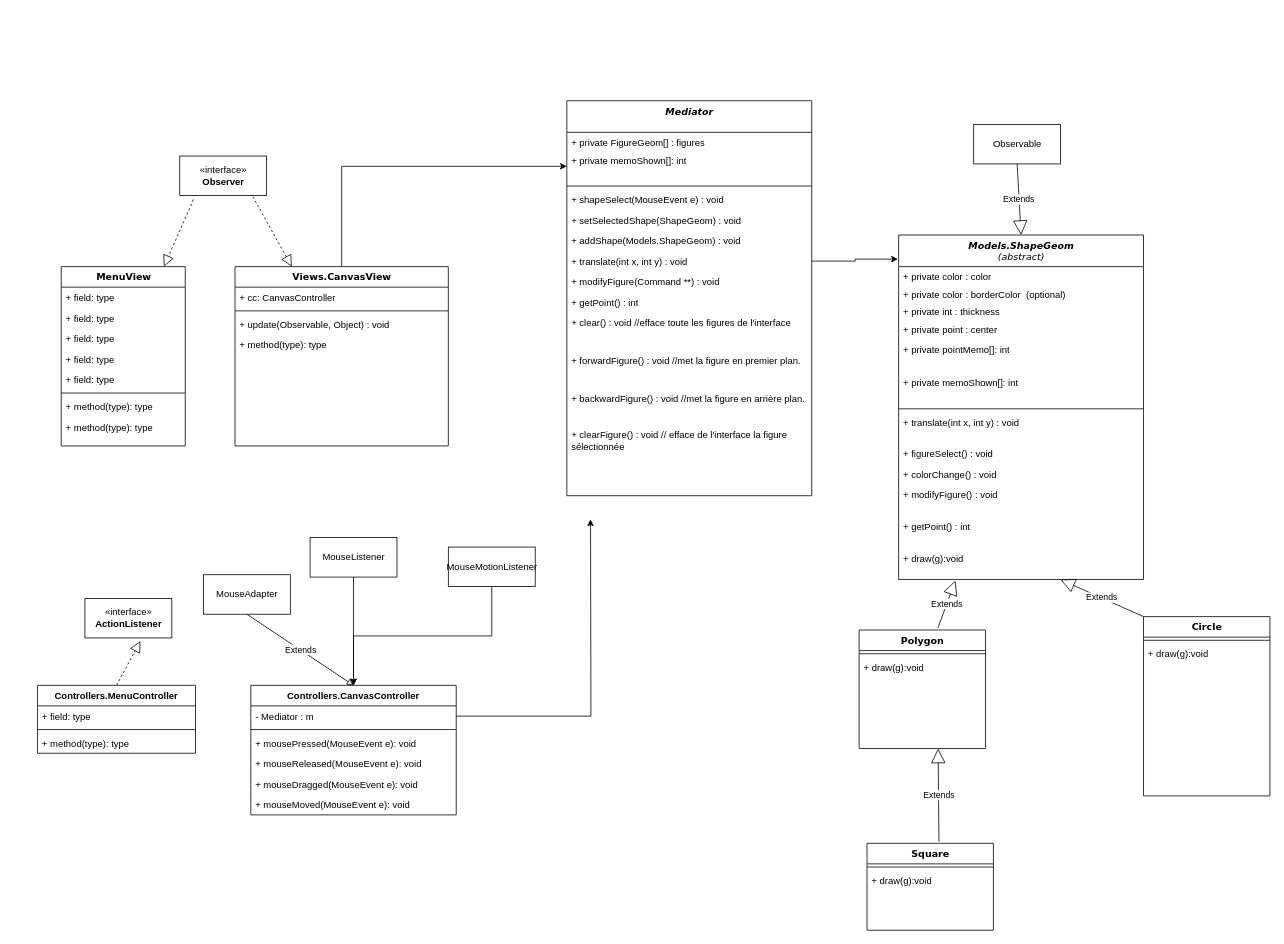
DrNossberg/GeomPaint keeps this draw.io diagram as ClassDiagram.drawio. Above is the earlier version. Source tidied: cells renumbered, new cells numbered last; positions are measured from the earlier drawing's top-left corner, leaving out a move shared by most shapes. Both pictures are drawn from the tidied source at 79%, with x=0, y=0 at pixel (37, 100).
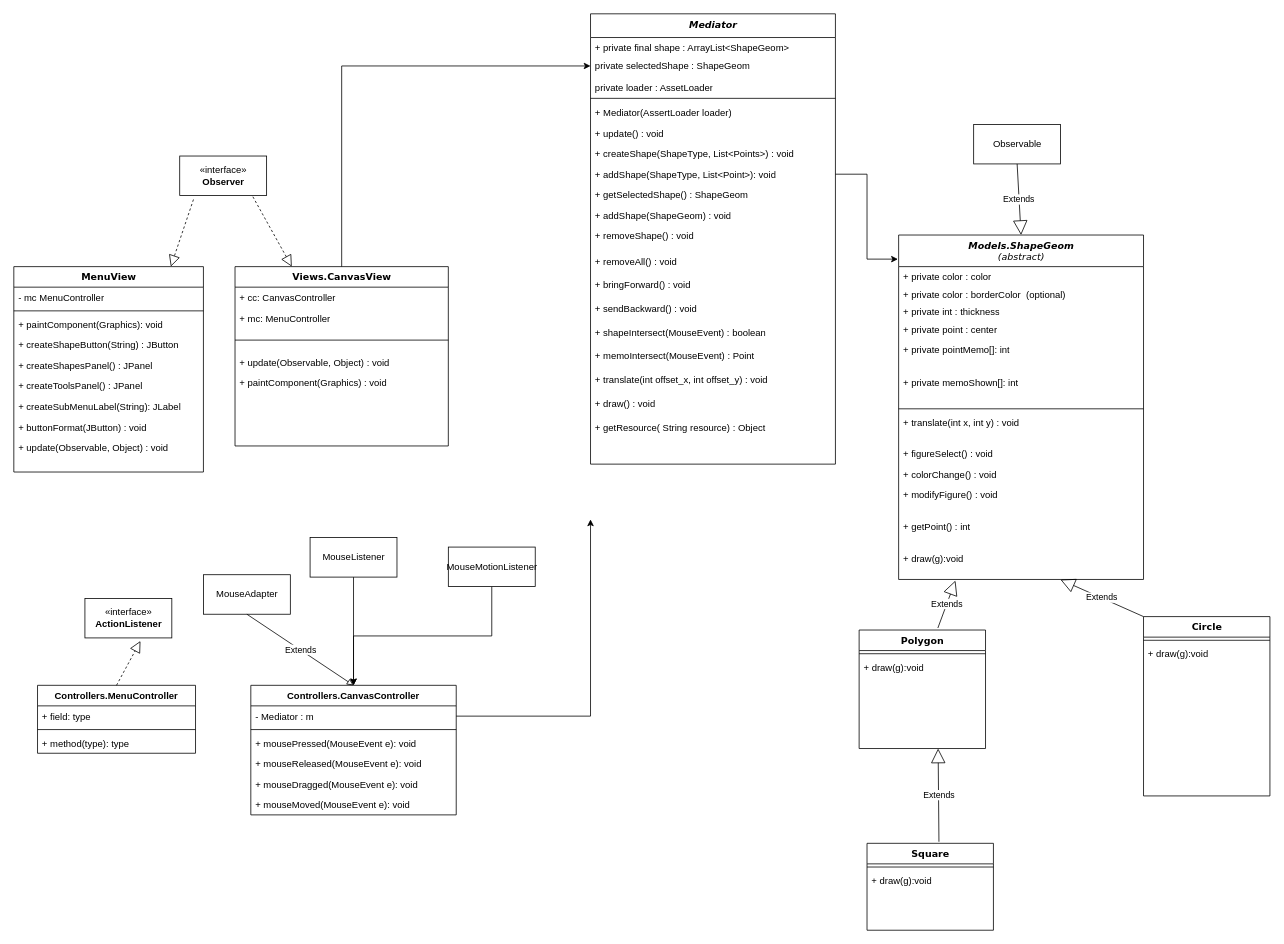
Above is the later version.

Commit message:
Update class Mediator, MenuView, CanvasView

Unchanged cells that the change refers to:
```xml
<mxCell id="22" value="Views.CanvasView" style="swimlane;html=1;fontStyle=1;align=center;verticalAlign=top;horizontal=1;startSize=26;swimlaneFillColor=#ffffff;rounded=0;shadow=0;comic=0;labelBackgroundColor=none;strokeWidth=1;fillColor=none;fontFamily=Verdana;fontSize=12;" parent="1" vertex="1">
  <mxGeometry x="250" y="210" width="270" height="227" as="geometry" />
</mxCell>
<mxCell id="63" value="- Mediator : m" style="text;strokeColor=none;fillColor=none;align=left;verticalAlign=top;spacingLeft=4;spacingRight=4;overflow=hidden;points=[[0,0.5],[1,0.5]];portConstraint=eastwest;" parent="62" vertex="1">
  <mxGeometry y="26" width="260" height="26" as="geometry" />
</mxCell>
```

What changed in the source:
```diff
@@
+    <mxCell id="83" value="+ mc: MenuController" style="text;html=1;strokeColor=none;fillColor=none;align=left;verticalAlign=top;spacingLeft=4;spacingRight=4;whiteSpace=wrap;overflow=hidden;" parent="22" vertex="1">
+      <mxGeometry y="52" width="270" height="26" as="geometry" />
+    </mxCell>
     <mxCell id="24" style="line;html=1;strokeWidth=1;fillColor=none;align=left;verticalAlign=middle;spacingTop=-1;spacingLeft=3;spacingRight=3;labelPosition=right;" parent="22" vertex="1">
-      <mxGeometry y="52" width="270" height="8" as="geometry" />
+      <mxGeometry y="78" width="270" height="30" as="geometry" />
     </mxCell>
     <mxCell id="25" value="+ update(Observable, Object) : void" style="text;html=1;strokeColor=none;fillColor=none;align=left;verticalAlign=top;spacingLeft=4;spacingRight=4;whiteSpace=wrap;overflow=hidden;" parent="22" vertex="1">
-      <mxGeometry y="60" width="270" height="26" as="geometry" />
+      <mxGeometry y="108" width="270" height="26" as="geometry" />
     </mxCell>
-    <mxCell id="26" value="+ method(type): type" style="text;html=1;strokeColor=none;fillColor=none;align=left;verticalAlign=top;spacingLeft=4;spacingRight=4;whiteSpace=wrap;overflow=hidden;" parent="22" vertex="1">
-      <mxGeometry y="86" width="270" height="26" as="geometry" />
+    <mxCell id="26" value="+ paintComponent(Graphics) : void" style="text;html=1;strokeColor=none;fillColor=none;align=left;verticalAlign=top;spacingLeft=4;spacingRight=4;whiteSpace=wrap;overflow=hidden;" parent="22" vertex="1">
+      <mxGeometry y="134" width="270" height="26" as="geometry" />
     </mxCell>
@@
+    <mxCell id="84" style="edgeStyle=orthogonalEdgeStyle;rounded=0;jettySize=auto;html=1;exitX=0.5;exitY=1;exitDx=0;exitDy=0;" parent="1" edge="1" source="31">
+      <mxGeometry relative="1" as="geometry">
+        <mxPoint x="854.7" y="460" as="targetPoint" />
+      </mxGeometry>
+    </mxCell>
-    <mxCell id="31" value="&lt;div&gt;&lt;i&gt;Mediator&lt;/i&gt;&lt;/div&gt;" style="swimlane;html=1;fontStyle=1;align=center;verticalAlign=top;horizontal=1;startSize=40;swimlaneFillColor=#ffffff;rounded=0;shadow=0;comic=0;labelBackgroundColor=none;strokeWidth=1;fillColor=none;fontFamily=Verdana;fontSize=12;" parent="1" vertex="1">
-      <mxGeometry x="670" width="310" height="500" as="geometry" />
+    <mxCell id="31" value="&lt;div&gt;&lt;i&gt;Mediator&lt;/i&gt;&lt;/div&gt;" style="swimlane;html=1;fontStyle=1;align=center;verticalAlign=top;horizontal=1;startSize=30;swimlaneFillColor=#ffffff;rounded=0;shadow=0;comic=0;labelBackgroundColor=none;strokeWidth=1;fillColor=none;fontFamily=Verdana;fontSize=12;" parent="1" vertex="1">
+      <mxGeometry x="700" y="-110" width="310" height="570" as="geometry" />
     </mxCell>
-    <mxCell id="32" value="&lt;div&gt;+ private FigureGeom[] : figures&lt;br&gt;&lt;/div&gt;&lt;div&gt;&lt;br&gt;&lt;/div&gt;" style="text;html=1;strokeColor=none;fillColor=none;align=left;verticalAlign=top;spacingLeft=4;spacingRight=4;whiteSpace=wrap;overflow=hidden;" parent="31" vertex="1">
-      <mxGeometry y="40" width="310" height="22" as="geometry" />
+    <mxCell id="32" value="&lt;div&gt;+ private final shape : ArrayList&amp;lt;ShapeGeom&amp;gt;&lt;br&gt;&lt;/div&gt;&lt;div&gt;&lt;br&gt;&lt;/div&gt;" style="text;html=1;strokeColor=none;fillColor=none;align=left;verticalAlign=top;spacingLeft=4;spacingRight=4;whiteSpace=wrap;overflow=hidden;" parent="31" vertex="1">
+      <mxGeometry y="30" width="310" height="22" as="geometry" />
     </mxCell>
-    <mxCell id="33" value="&lt;div&gt;+ private memoShown[]: int&lt;br&gt;&lt;/div&gt;&lt;div&gt;&lt;br&gt;&lt;/div&gt;" style="text;html=1;strokeColor=none;fillColor=none;align=left;verticalAlign=top;spacingLeft=4;spacingRight=4;whiteSpace=wrap;overflow=hidden;points=[[0,0.5],[1,0.5]];portConstraint=eastwest;" parent="31" vertex="1">
-      <mxGeometry y="62" width="310" height="42" as="geometry" />
+    <mxCell id="33" value="&lt;div&gt;private selectedShape : ShapeGeom&lt;/div&gt;&lt;div&gt;&lt;br&gt;&lt;/div&gt;" style="text;html=1;strokeColor=none;fillColor=none;align=left;verticalAlign=top;spacingLeft=4;spacingRight=4;whiteSpace=wrap;overflow=hidden;points=[[0,0.5],[1,0.5]];portConstraint=eastwest;" parent="31" vertex="1">
+      <mxGeometry y="52" width="310" height="28" as="geometry" />
     </mxCell>
+    <mxCell id="85" value="&lt;div&gt;private loader : AssetLoader&lt;/div&gt;" style="text;html=1;strokeColor=none;fillColor=none;align=left;verticalAlign=top;spacingLeft=4;spacingRight=4;whiteSpace=wrap;overflow=hidden;" parent="31" vertex="1">
+      <mxGeometry y="80" width="310" height="22" as="geometry" />
+    </mxCell>
     <mxCell id="34" style="line;html=1;strokeWidth=1;fillColor=none;align=left;verticalAlign=middle;spacingTop=-1;spacingLeft=3;spacingRight=3;labelPosition=right;" parent="31" vertex="1">
-      <mxGeometry y="104" width="310" height="8" as="geometry" />
+      <mxGeometry y="102" width="310" height="10" as="geometry" />
     </mxCell>
-    <mxCell id="35" value="+ shapeSelect(MouseEvent e) : void" style="text;html=1;strokeColor=none;fillColor=none;align=left;verticalAlign=top;spacingLeft=4;spacingRight=4;whiteSpace=wrap;overflow=hidden;" parent="31" vertex="1">
+    <mxCell id="35" value="+ Mediator(AssertLoader loader)" style="text;html=1;strokeColor=none;fillColor=none;align=left;verticalAlign=top;spacingLeft=4;spacingRight=4;whiteSpace=wrap;overflow=hidden;" parent="31" vertex="1">
       <mxGeometry y="112" width="310" height="26" as="geometry" />
     </mxCell>
-    <mxCell id="36" value="+ setSelectedShape(ShapeGeom) : void" style="text;html=1;strokeColor=none;fillColor=none;align=left;verticalAlign=top;spacingLeft=4;spacingRight=4;whiteSpace=wrap;overflow=hidden;" parent="31" vertex="1">
+    <mxCell id="36" value="+ update() : void" style="text;html=1;strokeColor=none;fillColor=none;align=left;verticalAlign=top;spacingLeft=4;spacingRight=4;whiteSpace=wrap;overflow=hidden;" parent="31" vertex="1">
       <mxGeometry y="138" width="310" height="26" as="geometry" />
     </mxCell>
-    <mxCell id="37" value="+ addShape(Models.ShapeGeom) : void" style="text;html=1;strokeColor=none;fillColor=none;align=left;verticalAlign=top;spacingLeft=4;spacingRight=4;whiteSpace=wrap;overflow=hidden;" parent="31" vertex="1">
+    <mxCell id="37" value="+ createShape(ShapeType, List&amp;lt;Points&amp;gt;) : void" style="text;html=1;strokeColor=none;fillColor=none;align=left;verticalAlign=top;spacingLeft=4;spacingRight=4;whiteSpace=wrap;overflow=hidden;" parent="31" vertex="1">
       <mxGeometry y="164" width="310" height="26" as="geometry" />
     </mxCell>
-    <mxCell id="38" value="+ translate(int x, int y) : void" style="text;html=1;strokeColor=none;fillColor=none;align=left;verticalAlign=top;spacingLeft=4;spacingRight=4;whiteSpace=wrap;overflow=hidden;points=[[0,0.5],[1,0.5]];portConstraint=eastwest;" parent="31" vertex="1">
+    <mxCell id="38" value="+ addShape(ShapeType, List&amp;lt;Point&amp;gt;): void" style="text;html=1;strokeColor=none;fillColor=none;align=left;verticalAlign=top;spacingLeft=4;spacingRight=4;whiteSpace=wrap;overflow=hidden;points=[[0,0.5],[1,0.5]];portConstraint=eastwest;" parent="31" vertex="1">
       <mxGeometry y="190" width="310" height="26" as="geometry" />
     </mxCell>
-    <mxCell id="39" value="+ modifyFigure(Command **) : void" style="text;html=1;strokeColor=none;fillColor=none;align=left;verticalAlign=top;spacingLeft=4;spacingRight=4;whiteSpace=wrap;overflow=hidden;" parent="31" vertex="1">
+    <mxCell id="39" value="+ getSelectedShape() : ShapeGeom" style="text;html=1;strokeColor=none;fillColor=none;align=left;verticalAlign=top;spacingLeft=4;spacingRight=4;whiteSpace=wrap;overflow=hidden;" parent="31" vertex="1">
       <mxGeometry y="216" width="310" height="26" as="geometry" />
     </mxCell>
-    <mxCell id="40" value="+ getPoint() : int" style="text;html=1;strokeColor=none;fillColor=none;align=left;verticalAlign=top;spacingLeft=4;spacingRight=4;whiteSpace=wrap;overflow=hidden;" parent="31" vertex="1">
+    <mxCell id="40" value="+ addShape(ShapeGeom) : void" style="text;html=1;strokeColor=none;fillColor=none;align=left;verticalAlign=top;spacingLeft=4;spacingRight=4;whiteSpace=wrap;overflow=hidden;" parent="31" vertex="1">
       <mxGeometry y="242" width="310" height="26" as="geometry" />
     </mxCell>
-    <mxCell id="41" value="+ clear() : void //efface toute les figures de l'interface" style="text;html=1;strokeColor=none;fillColor=none;align=left;verticalAlign=top;spacingLeft=4;spacingRight=4;whiteSpace=wrap;overflow=hidden;" parent="31" vertex="1">
-      <mxGeometry y="268" width="310" height="48" as="geometry" />
+    <mxCell id="41" value="+ removeShape() : void" style="text;html=1;strokeColor=none;fillColor=none;align=left;verticalAlign=top;spacingLeft=4;spacingRight=4;whiteSpace=wrap;overflow=hidden;" parent="31" vertex="1">
+      <mxGeometry y="268" width="310" height="32" as="geometry" />
     </mxCell>
-    <mxCell id="42" value="+ forwardFigure() : void //met la figure en premier plan." style="text;html=1;strokeColor=none;fillColor=none;align=left;verticalAlign=top;spacingLeft=4;spacingRight=4;whiteSpace=wrap;overflow=hidden;" parent="31" vertex="1">
-      <mxGeometry y="316" width="310" height="48" as="geometry" />
+    <mxCell id="42" value="+ removeAll() : void" style="text;html=1;strokeColor=none;fillColor=none;align=left;verticalAlign=top;spacingLeft=4;spacingRight=4;whiteSpace=wrap;overflow=hidden;" parent="31" vertex="1">
+      <mxGeometry y="300" width="310" height="30" as="geometry" />
     </mxCell>
-    <mxCell id="43" value="+ backwardFigure() : void //met la figure en arrière plan." style="text;html=1;strokeColor=none;fillColor=none;align=left;verticalAlign=top;spacingLeft=4;spacingRight=4;whiteSpace=wrap;overflow=hidden;" parent="31" vertex="1">
-      <mxGeometry y="364" width="310" height="46" as="geometry" />
+    <mxCell id="43" value="+ bringForward() : void" style="text;html=1;strokeColor=none;fillColor=none;align=left;verticalAlign=top;spacingLeft=4;spacingRight=4;whiteSpace=wrap;overflow=hidden;" parent="31" vertex="1">
+      <mxGeometry y="330" width="310" height="30" as="geometry" />
     </mxCell>
-    <mxCell id="44" value="+ clearFigure() : void // efface de l'interface la figure sélectionnée" style="text;html=1;strokeColor=none;fillColor=none;align=left;verticalAlign=top;spacingLeft=4;spacingRight=4;whiteSpace=wrap;overflow=hidden;" parent="31" vertex="1">
-      <mxGeometry y="410" width="310" height="46" as="geometry" />
+    <mxCell id="44" value="+ sendBackward() : void" style="text;html=1;strokeColor=none;fillColor=none;align=left;verticalAlign=top;spacingLeft=4;spacingRight=4;whiteSpace=wrap;overflow=hidden;" parent="31" vertex="1">
+      <mxGeometry y="360" width="310" height="30" as="geometry" />
     </mxCell>
+    <mxCell id="86" value="+ shapeIntersect(MouseEvent) : boolean" style="text;html=1;strokeColor=none;fillColor=none;align=left;verticalAlign=top;spacingLeft=4;spacingRight=4;whiteSpace=wrap;overflow=hidden;" parent="31" vertex="1">
+      <mxGeometry y="390" width="310" height="30" as="geometry" />
+    </mxCell>
+    <mxCell id="87" value="+ memoIntersect(MouseEvent) : Point" style="text;html=1;strokeColor=none;fillColor=none;align=left;verticalAlign=top;spacingLeft=4;spacingRight=4;whiteSpace=wrap;overflow=hidden;" parent="31" vertex="1">
+      <mxGeometry y="420" width="310" height="30" as="geometry" />
+    </mxCell>
+    <mxCell id="88" value="+ translate(int offset_x, int offset_y) : void" style="text;html=1;strokeColor=none;fillColor=none;align=left;verticalAlign=top;spacingLeft=4;spacingRight=4;whiteSpace=wrap;overflow=hidden;" parent="31" vertex="1">
+      <mxGeometry y="450" width="310" height="30" as="geometry" />
+    </mxCell>
+    <mxCell id="89" value="+ draw() : void" style="text;html=1;strokeColor=none;fillColor=none;align=left;verticalAlign=top;spacingLeft=4;spacingRight=4;whiteSpace=wrap;overflow=hidden;" parent="31" vertex="1">
+      <mxGeometry y="480" width="310" height="30" as="geometry" />
+    </mxCell>
+    <mxCell id="90" value="+ getResource( String resource) : Object" style="text;html=1;strokeColor=none;fillColor=none;align=left;verticalAlign=top;spacingLeft=4;spacingRight=4;whiteSpace=wrap;overflow=hidden;" parent="31" vertex="1">
+      <mxGeometry y="510" width="310" height="30" as="geometry" />
+    </mxCell>
     <mxCell id="45" value="MenuView" style="swimlane;html=1;fontStyle=1;align=center;verticalAlign=top;horizontal=1;startSize=26;swimlaneFillColor=#ffffff;rounded=0;shadow=0;comic=0;labelBackgroundColor=none;strokeWidth=1;fillColor=none;fontFamily=Verdana;fontSize=12;" parent="1" vertex="1">
-      <mxGeometry x="30" y="210" width="157" height="227" as="geometry" />
+      <mxGeometry x="-30" y="210" width="240" height="260" as="geometry" />
     </mxCell>
-    <mxCell id="46" value="+ field: type" style="text;html=1;strokeColor=none;fillColor=none;align=left;verticalAlign=top;spacingLeft=4;spacingRight=4;whiteSpace=wrap;overflow=hidden;" parent="45" vertex="1">
-      <mxGeometry y="26" width="157" height="26" as="geometry" />
+    <mxCell id="46" value="- mc MenuController" style="text;html=1;strokeColor=none;fillColor=none;align=left;verticalAlign=top;spacingLeft=4;spacingRight=4;whiteSpace=wrap;overflow=hidden;" parent="45" vertex="1">
+      <mxGeometry y="26" width="240" height="26" as="geometry" />
     </mxCell>
-    <mxCell id="47" value="+ field: type" style="text;html=1;strokeColor=none;fillColor=none;align=left;verticalAlign=top;spacingLeft=4;spacingRight=4;whiteSpace=wrap;overflow=hidden;" parent="45" vertex="1">
-      <mxGeometry y="52" width="157" height="26" as="geometry" />
-    </mxCell>
-    <mxCell id="48" value="+ field: type" style="text;html=1;strokeColor=none;fillColor=none;align=left;verticalAlign=top;spacingLeft=4;spacingRight=4;whiteSpace=wrap;overflow=hidden;" parent="45" vertex="1">
-      <mxGeometry y="78" width="157" height="26" as="geometry" />
-    </mxCell>
-    <mxCell id="49" value="+ field: type" style="text;html=1;strokeColor=none;fillColor=none;align=left;verticalAlign=top;spacingLeft=4;spacingRight=4;whiteSpace=wrap;overflow=hidden;" parent="45" vertex="1">
-      <mxGeometry y="104" width="157" height="26" as="geometry" />
-    </mxCell>
-    <mxCell id="50" value="+ field: type" style="text;html=1;strokeColor=none;fillColor=none;align=left;verticalAlign=top;spacingLeft=4;spacingRight=4;whiteSpace=wrap;overflow=hidden;" parent="45" vertex="1">
-      <mxGeometry y="130" width="157" height="26" as="geometry" />
-    </mxCell>
     <mxCell id="51" style="line;html=1;strokeWidth=1;fillColor=none;align=left;verticalAlign=middle;spacingTop=-1;spacingLeft=3;spacingRight=3;labelPosition=right;" parent="45" vertex="1">
-      <mxGeometry y="156" width="157" height="8" as="geometry" />
+      <mxGeometry y="52" width="240" height="8" as="geometry" />
     </mxCell>
-    <mxCell id="52" value="+ method(type): type" style="text;html=1;strokeColor=none;fillColor=none;align=left;verticalAlign=top;spacingLeft=4;spacingRight=4;whiteSpace=wrap;overflow=hidden;" parent="45" vertex="1">
-      <mxGeometry y="164" width="157" height="26" as="geometry" />
+    <mxCell id="52" value="+ paintComponent(Graphics): void" style="text;html=1;strokeColor=none;fillColor=none;align=left;verticalAlign=top;spacingLeft=4;spacingRight=4;whiteSpace=wrap;overflow=hidden;" parent="45" vertex="1">
+      <mxGeometry y="60" width="240" height="26" as="geometry" />
     </mxCell>
-    <mxCell id="53" value="+ method(type): type" style="text;html=1;strokeColor=none;fillColor=none;align=left;verticalAlign=top;spacingLeft=4;spacingRight=4;whiteSpace=wrap;overflow=hidden;" parent="45" vertex="1">
-      <mxGeometry y="190" width="157" height="26" as="geometry" />
+    <mxCell id="53" value="+ createShapeButton(String) : JButton" style="text;html=1;strokeColor=none;fillColor=none;align=left;verticalAlign=top;spacingLeft=4;spacingRight=4;whiteSpace=wrap;overflow=hidden;" parent="45" vertex="1">
+      <mxGeometry y="86" width="240" height="26" as="geometry" />
     </mxCell>
+    <mxCell id="91" value="+ createShapesPanel() : JPanel" style="text;html=1;strokeColor=none;fillColor=none;align=left;verticalAlign=top;spacingLeft=4;spacingRight=4;whiteSpace=wrap;overflow=hidden;" parent="45" vertex="1">
+      <mxGeometry y="112" width="240" height="26" as="geometry" />
+    </mxCell>
+    <mxCell id="92" value="+ createToolsPanel() : JPanel" style="text;html=1;strokeColor=none;fillColor=none;align=left;verticalAlign=top;spacingLeft=4;spacingRight=4;whiteSpace=wrap;overflow=hidden;" parent="45" vertex="1">
+      <mxGeometry y="138" width="240" height="26" as="geometry" />
+    </mxCell>
+    <mxCell id="93" value="+ createSubMenuLabel(String): JLabel" style="text;html=1;strokeColor=none;fillColor=none;align=left;verticalAlign=top;spacingLeft=4;spacingRight=4;whiteSpace=wrap;overflow=hidden;" parent="45" vertex="1">
+      <mxGeometry y="164" width="240" height="26" as="geometry" />
+    </mxCell>
+    <mxCell id="94" value="+ buttonFormat(JButton) : void" style="text;html=1;strokeColor=none;fillColor=none;align=left;verticalAlign=top;spacingLeft=4;spacingRight=4;whiteSpace=wrap;overflow=hidden;" parent="45" vertex="1">
+      <mxGeometry y="190" width="240" height="26" as="geometry" />
+    </mxCell>
+    <mxCell id="95" value="+ update(Observable, Object) : void" style="text;html=1;strokeColor=none;fillColor=none;align=left;verticalAlign=top;spacingLeft=4;spacingRight=4;whiteSpace=wrap;overflow=hidden;" parent="45" vertex="1">
+      <mxGeometry y="216" width="240" height="26" as="geometry" />
+    </mxCell>
@@
     <mxCell id="70" style="edgeStyle=orthogonalEdgeStyle;rounded=0;jettySize=auto;html=1;exitX=1;exitY=0.5;exitDx=0;exitDy=0;" parent="1" edge="1" source="63">
       <mxGeometry relative="1" as="geometry">
         <mxPoint x="700" y="530" as="targetPoint" />
+        <Array as="points">
+          <mxPoint x="700" y="779" />
+        </Array>
       </mxGeometry>
     </mxCell>
```
